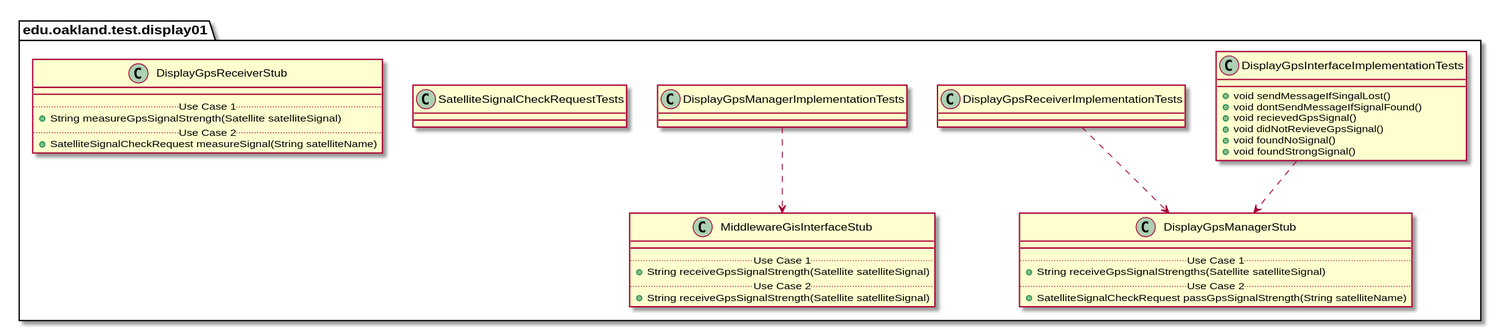
Before: docs/uml-class-diagrams/display01/test/Display01TestPackage_InternalDependencies.svg, a diagram exported from PlantUML (andrewdimmer/csi-3370-software-project).
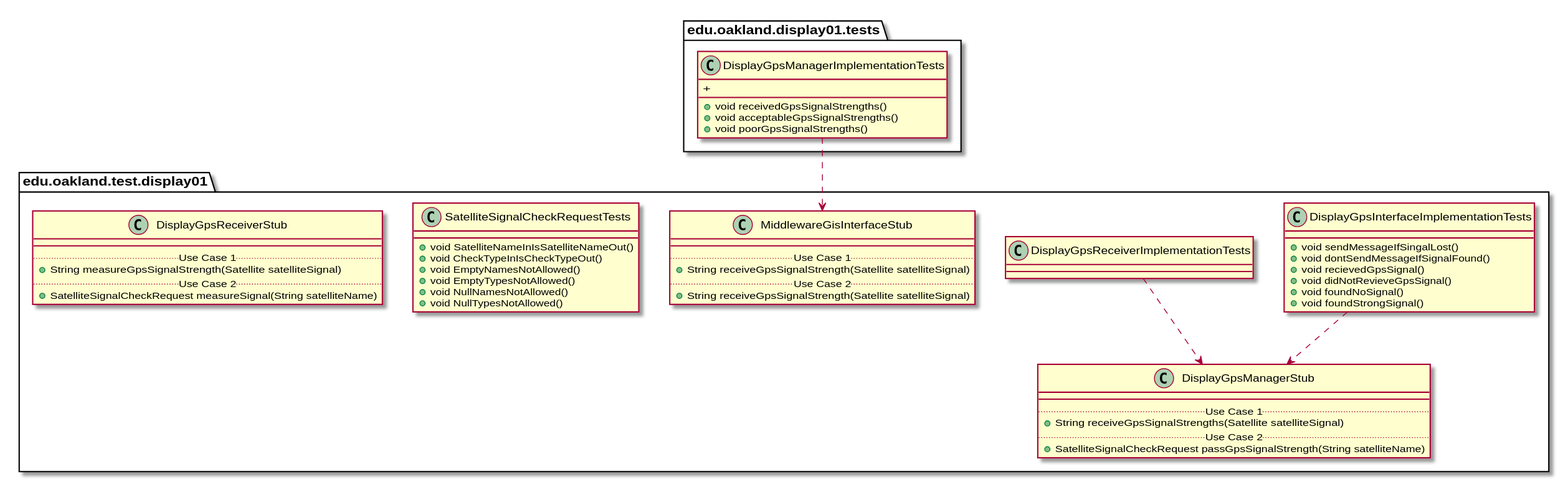
After the change.

The edit, as a diff of the source:
```diff
@@ -39,9 +39,12 @@
 
 DisplayGpsReceiverImplementationTests ..> DisplayGpsManagerStub
 
-package edu.oakland.test.display01 {
+package edu.oakland.display01.tests {
     class DisplayGpsManagerImplementationTests {
-
+        + void receivedGpsSignalStrengths()
+        + void acceptableGpsSignalStrengths()
+        + void poorGpsSignalStrengths()
+        +
     }
 }
 
@@ -60,9 +63,14 @@
 DisplayGpsManagerImplementationTests ..> MiddlewareGisInterfaceStub
 
 package edu.oakland.test.display01 {
-    class SatelliteSignalCheckRequestTests {
-
-    }
+  class SatelliteSignalCheckRequestTests {
+    + void SatelliteNameInIsSatelliteNameOut()
+    + void CheckTypeInIsCheckTypeOut()
+    + void EmptyNamesNotAllowed()
+    + void EmptyTypesNotAllowed()
+    + void NullNamesNotAllowed()
+    + void NullTypesNotAllowed()
+  }
 }
 
 
```
